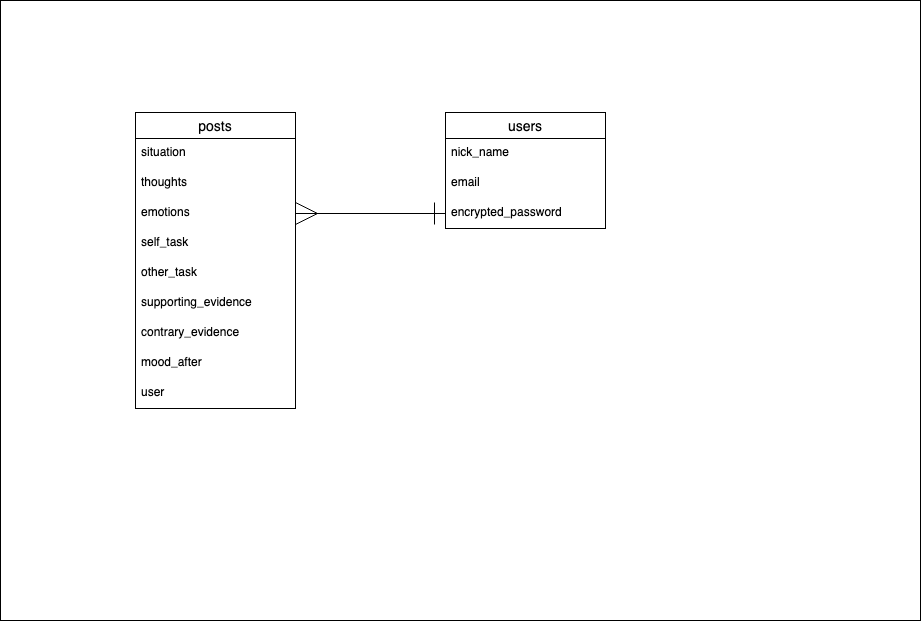
Earlier version of the draw.io export ER.drawio.png (SymTr/oselfref). Source tidied: cells renumbered, new cells last; positions are measured from the earlier drawing's top-left corner, leaving out a move shared by most shapes.
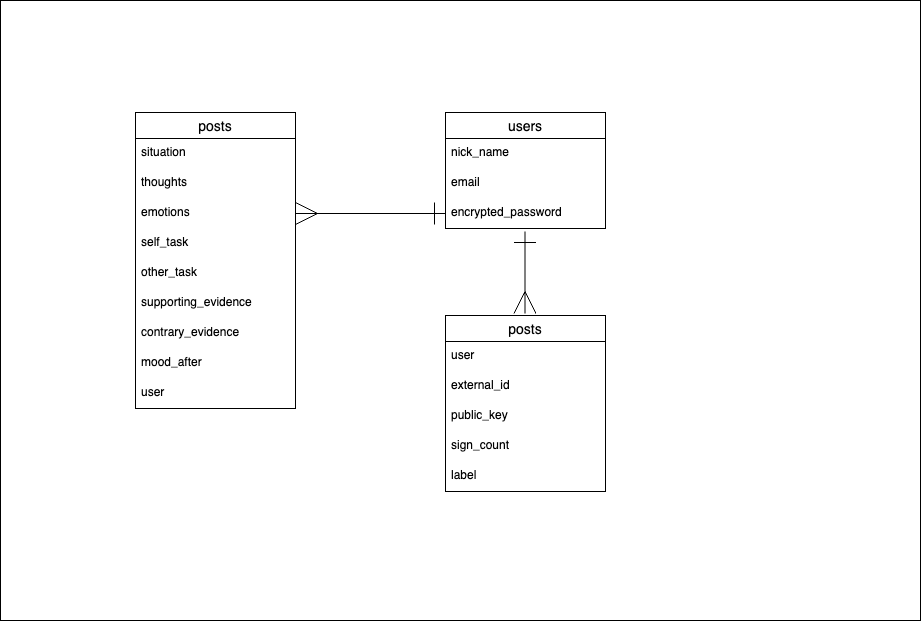
The same diagram one commit later.

Commit message:
パスキーテーブル追加

Diff of the diagram source:
```diff
@@ -54,5 +54,33 @@
     <mxCell id="17" value="user" style="text;strokeColor=none;fillColor=none;spacingLeft=4;spacingRight=4;overflow=hidden;fontSize=12;" parent="8" vertex="1">
       <mxGeometry y="266" width="160" height="30" as="geometry" />
     </mxCell>
+    <mxCell id="18" value="posts" style="swimlane;fontStyle=0;horizontal=1;startSize=26;align=center;fontSize=14;" parent="1" vertex="1">
+      <mxGeometry x="445" y="315" width="160" height="176" as="geometry" />
+    </mxCell>
+    <mxCell id="19" value="user    " style="text;strokeColor=none;fillColor=none;spacingLeft=4;spacingRight=4;overflow=hidden;fontSize=12;" parent="18" vertex="1">
+      <mxGeometry y="26" width="160" height="30" as="geometry" />
+    </mxCell>
+    <mxCell id="20" value="external_id" style="text;strokeColor=none;fillColor=none;spacingLeft=4;spacingRight=4;overflow=hidden;fontSize=12;" parent="18" vertex="1">
+      <mxGeometry y="56" width="160" height="30" as="geometry" />
+    </mxCell>
+    <mxCell id="21" value="public_key" style="text;strokeColor=none;fillColor=none;spacingLeft=4;spacingRight=4;overflow=hidden;fontSize=12;" parent="18" vertex="1">
+      <mxGeometry y="86" width="160" height="30" as="geometry" />
+    </mxCell>
+    <mxCell id="22" value="sign_count" style="text;strokeColor=none;fillColor=none;spacingLeft=4;spacingRight=4;overflow=hidden;fontSize=12;" parent="18" vertex="1">
+      <mxGeometry y="116" width="160" height="30" as="geometry" />
+    </mxCell>
+    <mxCell id="23" value="label" style="text;strokeColor=none;fillColor=none;spacingLeft=4;spacingRight=4;overflow=hidden;fontSize=12;" parent="18" vertex="1">
+      <mxGeometry y="146" width="160" height="30" as="geometry" />
+    </mxCell>
+    <mxCell id="24" style="edgeStyle=orthogonalEdgeStyle;html=1;startArrow=ERmany;startFill=0;endArrow=ERone;endFill=0;startSize=20;endSize=20;" parent="1" edge="1">
+      <mxGeometry relative="1" as="geometry">
+        <mxPoint x="524.5" y="313" as="sourcePoint" />
+        <mxPoint x="524.5" y="231" as="targetPoint" />
+        <Array as="points">
+          <mxPoint x="524.5" y="243" />
+          <mxPoint x="524.5" y="243" />
+        </Array>
+      </mxGeometry>
+    </mxCell>
   </root>
 </mxGraphModel>
```
